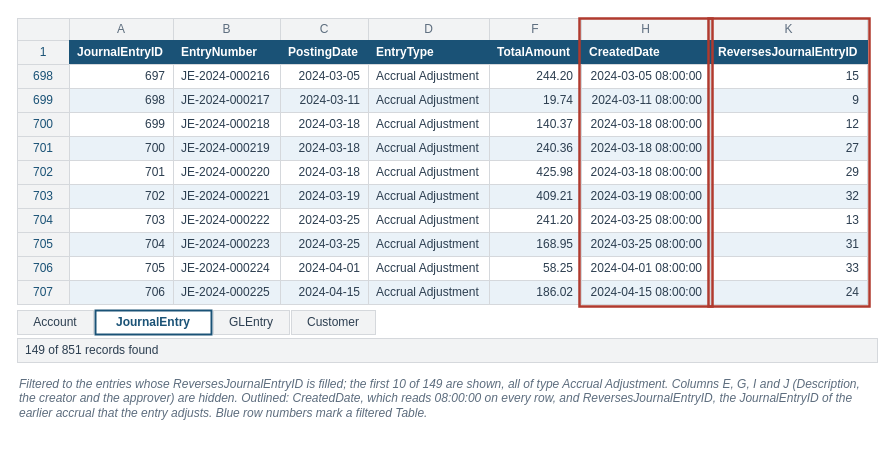
Above: facts/instructor/figures/chapter-01-role-of-analytics/IF-01-6-A.drawio in mmcodesso/Accounting_Analytics_Book (draw.io), before the change. Source tidied: cells renumbered, new cells numbered last; positions are measured from the earlier drawing's top-left corner, leaving out a move shared by most shapes. Both pictures are drawn from the tidied source at 100%, with x=0, y=0 at pixel (17, 18).
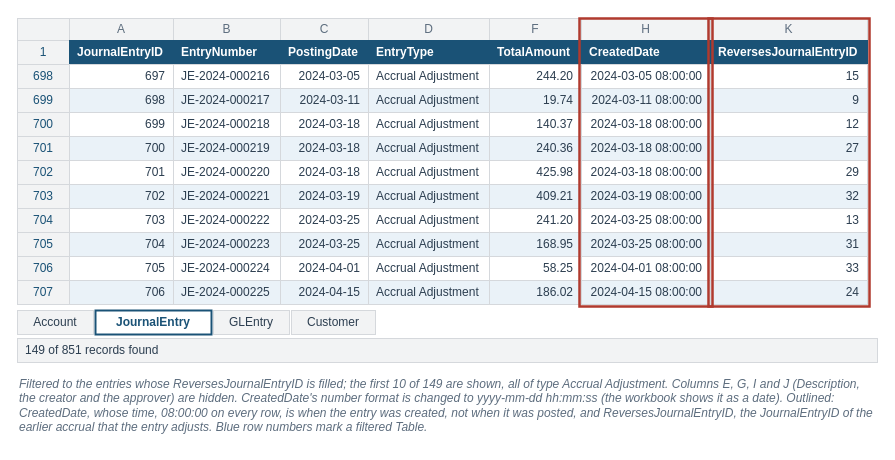
After the change.

What changed in the source:
```diff
@@
     <mxCell id="2" style="rounded=0;html=1;fillColor=none;strokeColor=none;" parent="1" vertex="1">
-      <mxGeometry width="860" height="406" as="geometry" />
+      <mxGeometry width="860" height="424" as="geometry" />
     </mxCell>
@@
-    <mxCell id="104" value="&lt;i&gt;Filtered to the entries whose ReversesJournalEntryID is filled; the first 10 of 149 are shown, all of type Accrual Adjustment. Columns E, G, I and J (Description, the creator and the approver) are hidden. Outlined: CreatedDate, which reads 08:00:00 on every row, and ReversesJournalEntryID, the JournalEntryID of the earlier accrual that the entry adjusts. Blue row numbers mark a filtered Table.&lt;/i&gt;" style="text;html=1;whiteSpace=wrap;align=left;verticalAlign=top;fontSize=12;fontColor=#5D6D7E;fontStyle=0;fontFamily=Helvetica;spacing=2;fillColor=none;strokeColor=none;" parent="1" vertex="1">
-      <mxGeometry y="352" width="860" height="52" as="geometry" />
+    <mxCell id="104" value="&lt;i&gt;Filtered to the entries whose ReversesJournalEntryID is filled; the first 10 of 149 are shown, all of type Accrual Adjustment. Columns E, G, I and J (Description, the creator and the approver) are hidden. CreatedDate's number format is changed to yyyy-mm-dd hh:mm:ss (the workbook shows it as a date). Outlined: CreatedDate, whose time, 08:00:00 on every row, is when the entry was created, not when it was posted, and ReversesJournalEntryID, the JournalEntryID of the earlier accrual that the entry adjusts. Blue row numbers mark a filtered Table.&lt;/i&gt;" style="text;html=1;whiteSpace=wrap;align=left;verticalAlign=top;fontSize=12;fontColor=#5D6D7E;fontStyle=0;fontFamily=Helvetica;spacing=2;fillColor=none;strokeColor=none;" parent="1" vertex="1">
+      <mxGeometry y="352" width="860" height="70" as="geometry" />
     </mxCell>
```
